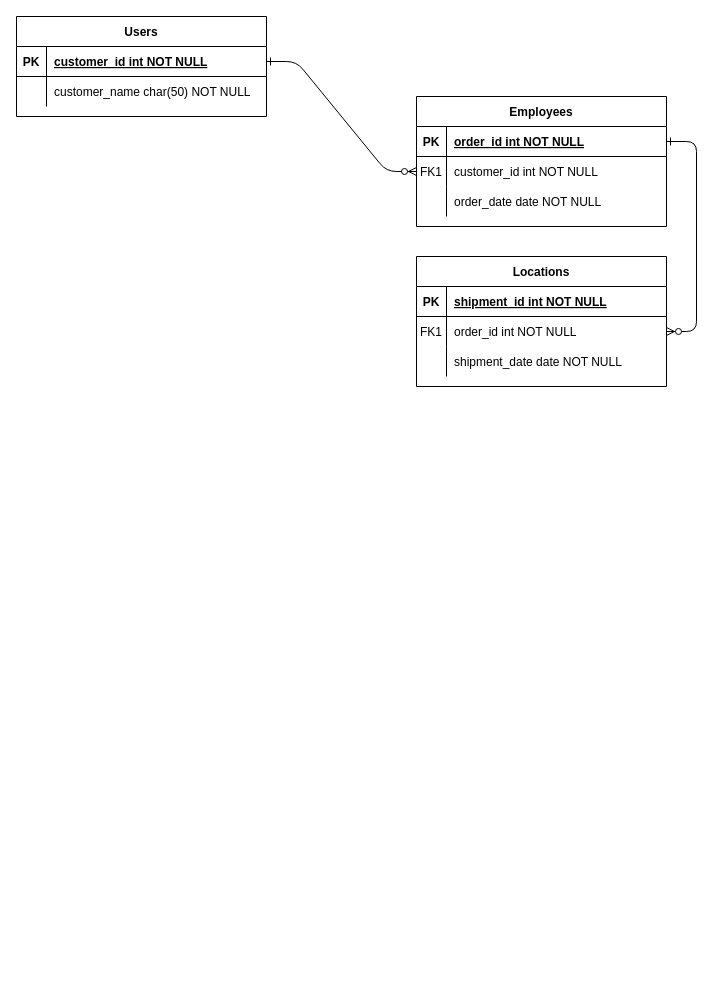
Above: table-relationship.drawio in delatorrepsyche/Flowcharts (draw.io), before the change. Source tidied: cells renumbered, new cells numbered last; positions are measured from the earlier drawing's top-left corner, leaving out a move shared by most shapes. Both pictures are drawn from the tidied source at 100%, with x=0, y=0 at pixel (16, 16).
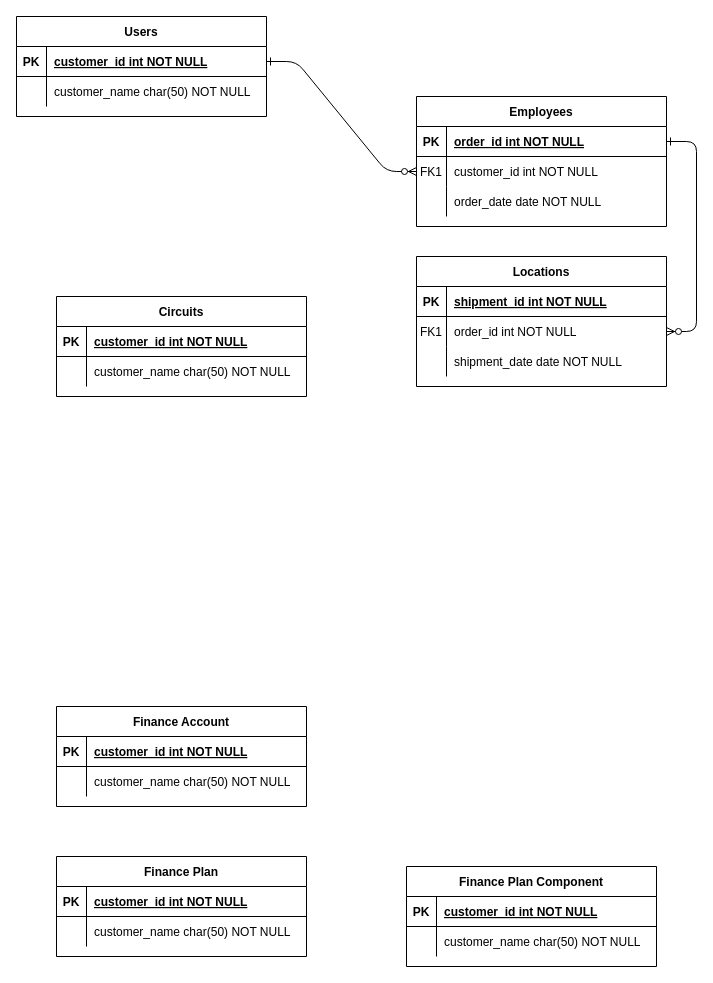
The same page after the edit.

Diff of the diagram source:
```diff
@@
+    <mxCell id="31" value="Circuits" style="shape=table;startSize=30;childLayout=tableLayout;rowLines=0;fontStyle=1;align=center;" parent="1" vertex="1">
+      <mxGeometry x="40" y="280" width="250" height="100" as="geometry" />
+    </mxCell>
+    <mxCell id="32" style="shape=partialRectangle;fillColor=none;top=0;left=0;right=0;bottom=1;" parent="31" vertex="1">
+      <mxGeometry y="30" width="250" height="30" as="geometry" />
+    </mxCell>
+    <mxCell id="33" value="PK" style="shape=partialRectangle;overflow=hidden;fillColor=none;top=0;left=0;bottom=0;right=0;fontStyle=1;" parent="32" vertex="1">
+      <mxGeometry width="30" height="30" as="geometry" />
+    </mxCell>
+    <mxCell id="34" value="customer_id int NOT NULL" style="shape=partialRectangle;overflow=hidden;fillColor=none;top=0;left=0;bottom=0;right=0;align=left;spacingLeft=6;fontStyle=5;" parent="32" vertex="1">
+      <mxGeometry x="30" width="220" height="30" as="geometry" />
+    </mxCell>
+    <mxCell id="35" style="shape=partialRectangle;fillColor=none;top=0;left=0;right=0;bottom=0;" parent="31" vertex="1">
+      <mxGeometry y="60" width="250" height="30" as="geometry" />
+    </mxCell>
+    <mxCell id="36" style="shape=partialRectangle;overflow=hidden;fillColor=none;top=0;left=0;bottom=0;right=0;" parent="35" vertex="1">
+      <mxGeometry width="30" height="30" as="geometry" />
+    </mxCell>
+    <mxCell id="37" value="customer_name char(50) NOT NULL" style="shape=partialRectangle;overflow=hidden;fillColor=none;top=0;left=0;bottom=0;right=0;align=left;spacingLeft=6;" parent="35" vertex="1">
+      <mxGeometry x="30" width="220" height="30" as="geometry" />
+    </mxCell>
+    <mxCell id="38" value="Finance Account" style="shape=table;startSize=30;childLayout=tableLayout;rowLines=0;fontStyle=1;align=center;" parent="1" vertex="1">
+      <mxGeometry x="40" y="690" width="250" height="100" as="geometry" />
+    </mxCell>
+    <mxCell id="39" style="shape=partialRectangle;fillColor=none;top=0;left=0;right=0;bottom=1;" parent="38" vertex="1">
+      <mxGeometry y="30" width="250" height="30" as="geometry" />
+    </mxCell>
+    <mxCell id="40" value="PK" style="shape=partialRectangle;overflow=hidden;fillColor=none;top=0;left=0;bottom=0;right=0;fontStyle=1;" parent="39" vertex="1">
+      <mxGeometry width="30" height="30" as="geometry" />
+    </mxCell>
+    <mxCell id="41" value="customer_id int NOT NULL " style="shape=partialRectangle;overflow=hidden;fillColor=none;top=0;left=0;bottom=0;right=0;align=left;spacingLeft=6;fontStyle=5;" parent="39" vertex="1">
+      <mxGeometry x="30" width="220" height="30" as="geometry" />
+    </mxCell>
+    <mxCell id="42" style="shape=partialRectangle;fillColor=none;top=0;left=0;right=0;bottom=0;" parent="38" vertex="1">
+      <mxGeometry y="60" width="250" height="30" as="geometry" />
+    </mxCell>
+    <mxCell id="43" style="shape=partialRectangle;overflow=hidden;fillColor=none;top=0;left=0;bottom=0;right=0;" parent="42" vertex="1">
+      <mxGeometry width="30" height="30" as="geometry" />
+    </mxCell>
+    <mxCell id="44" value="customer_name char(50) NOT NULL" style="shape=partialRectangle;overflow=hidden;fillColor=none;top=0;left=0;bottom=0;right=0;align=left;spacingLeft=6;" parent="42" vertex="1">
+      <mxGeometry x="30" width="220" height="30" as="geometry" />
+    </mxCell>
+    <mxCell id="45" value="Finance Plan" style="shape=table;startSize=30;childLayout=tableLayout;rowLines=0;fontStyle=1;align=center;" parent="1" vertex="1">
+      <mxGeometry x="40" y="840" width="250" height="100" as="geometry" />
+    </mxCell>
+    <mxCell id="46" style="shape=partialRectangle;fillColor=none;top=0;left=0;right=0;bottom=1;" parent="45" vertex="1">
+      <mxGeometry y="30" width="250" height="30" as="geometry" />
+    </mxCell>
+    <mxCell id="47" value="PK" style="shape=partialRectangle;overflow=hidden;fillColor=none;top=0;left=0;bottom=0;right=0;fontStyle=1;" parent="46" vertex="1">
+      <mxGeometry width="30" height="30" as="geometry" />
+    </mxCell>
+    <mxCell id="48" value="customer_id int NOT NULL " style="shape=partialRectangle;overflow=hidden;fillColor=none;top=0;left=0;bottom=0;right=0;align=left;spacingLeft=6;fontStyle=5;" parent="46" vertex="1">
+      <mxGeometry x="30" width="220" height="30" as="geometry" />
+    </mxCell>
+    <mxCell id="49" style="shape=partialRectangle;fillColor=none;top=0;left=0;right=0;bottom=0;" parent="45" vertex="1">
+      <mxGeometry y="60" width="250" height="30" as="geometry" />
+    </mxCell>
+    <mxCell id="50" style="shape=partialRectangle;overflow=hidden;fillColor=none;top=0;left=0;bottom=0;right=0;" parent="49" vertex="1">
+      <mxGeometry width="30" height="30" as="geometry" />
+    </mxCell>
+    <mxCell id="51" value="customer_name char(50) NOT NULL" style="shape=partialRectangle;overflow=hidden;fillColor=none;top=0;left=0;bottom=0;right=0;align=left;spacingLeft=6;" parent="49" vertex="1">
+      <mxGeometry x="30" width="220" height="30" as="geometry" />
+    </mxCell>
+    <mxCell id="52" value="Finance Plan Component" style="shape=table;startSize=30;childLayout=tableLayout;rowLines=0;fontStyle=1;align=center;" parent="1" vertex="1">
+      <mxGeometry x="390" y="850" width="250" height="100" as="geometry" />
+    </mxCell>
+    <mxCell id="53" style="shape=partialRectangle;fillColor=none;top=0;left=0;right=0;bottom=1;" parent="52" vertex="1">
+      <mxGeometry y="30" width="250" height="30" as="geometry" />
+    </mxCell>
+    <mxCell id="54" value="PK" style="shape=partialRectangle;overflow=hidden;fillColor=none;top=0;left=0;bottom=0;right=0;fontStyle=1;" parent="53" vertex="1">
+      <mxGeometry width="30" height="30" as="geometry" />
+    </mxCell>
+    <mxCell id="55" value="customer_id int NOT NULL " style="shape=partialRectangle;overflow=hidden;fillColor=none;top=0;left=0;bottom=0;right=0;align=left;spacingLeft=6;fontStyle=5;" parent="53" vertex="1">
+      <mxGeometry x="30" width="220" height="30" as="geometry" />
+    </mxCell>
+    <mxCell id="56" style="shape=partialRectangle;fillColor=none;top=0;left=0;right=0;bottom=0;" parent="52" vertex="1">
+      <mxGeometry y="60" width="250" height="30" as="geometry" />
+    </mxCell>
+    <mxCell id="57" style="shape=partialRectangle;overflow=hidden;fillColor=none;top=0;left=0;bottom=0;right=0;" parent="56" vertex="1">
+      <mxGeometry width="30" height="30" as="geometry" />
+    </mxCell>
+    <mxCell id="58" value="customer_name char(50) NOT NULL" style="shape=partialRectangle;overflow=hidden;fillColor=none;top=0;left=0;bottom=0;right=0;align=left;spacingLeft=6;" parent="56" vertex="1">
+      <mxGeometry x="30" width="220" height="30" as="geometry" />
+    </mxCell>
```
